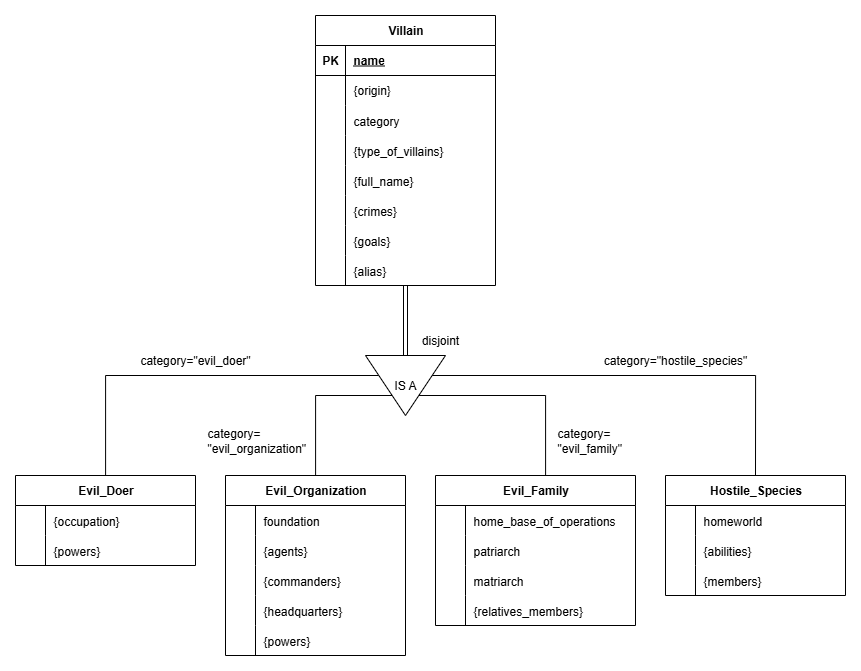
Above: Data Storing/design/Entity Relationship Diagram.png in wargabasdat/Seleksi-2025-Tugas-1 (draw.io), before the change. Source tidied: cells renumbered, new cells last; positions are measured from the earlier drawing's top-left corner, leaving out a move shared by most shapes. Source of this version:
```xml
<mxGraphModel>
  <root>
    <mxCell id="0" />
    <mxCell id="1" parent="0" />
    <mxCell id="2" value="Villain" style="shape=table;startSize=30;rowLines=0;fontStyle=1;align=center;html=1;" parent="1" vertex="1">
      <mxGeometry x="300" width="180" height="270" as="geometry" />
    </mxCell>
    <mxCell id="3" style="shape=tableRow;horizontal=0;startSize=0;swimlaneHead=0;swimlaneBody=0;fillColor=none;top=0;left=0;right=0;bottom=1;" parent="2" vertex="1">
      <mxGeometry y="30" width="180" height="30" as="geometry" />
    </mxCell>
    <mxCell id="4" value="PK" style="shape=partialRectangle;fillColor=none;top=0;left=0;bottom=0;right=0;fontStyle=1;overflow=hidden;whiteSpace=wrap;html=1;" parent="3" vertex="1">
      <mxGeometry width="30" height="30" as="geometry" />
    </mxCell>
    <mxCell id="5" value="name" style="shape=partialRectangle;fillColor=none;top=0;left=0;bottom=0;right=0;align=left;spacingLeft=6;fontStyle=5;overflow=hidden;whiteSpace=wrap;html=1;" parent="3" vertex="1">
      <mxGeometry x="30" width="150" height="30" as="geometry" />
    </mxCell>
    <mxCell id="6" style="shape=tableRow;horizontal=0;startSize=0;swimlaneHead=0;swimlaneBody=0;fillColor=none;top=0;left=0;right=0;bottom=0;" parent="2" vertex="1">
      <mxGeometry y="60" width="180" height="30" as="geometry" />
    </mxCell>
    <mxCell id="7" style="shape=partialRectangle;fillColor=none;top=0;left=0;bottom=0;right=0;overflow=hidden;whiteSpace=wrap;html=1;" parent="6" vertex="1">
      <mxGeometry width="30" height="30" as="geometry" />
    </mxCell>
    <mxCell id="8" value="{origin}" style="shape=partialRectangle;fillColor=none;top=0;left=0;bottom=0;right=0;align=left;spacingLeft=6;overflow=hidden;whiteSpace=wrap;html=1;" parent="6" vertex="1">
      <mxGeometry x="30" width="150" height="30" as="geometry" />
    </mxCell>
    <mxCell id="9" style="shape=tableRow;horizontal=0;startSize=0;swimlaneHead=0;swimlaneBody=0;fillColor=none;top=0;left=0;right=0;bottom=0;" parent="2" vertex="1">
      <mxGeometry y="90" width="180" height="30" as="geometry" />
    </mxCell>
    <mxCell id="10" style="shape=partialRectangle;fillColor=none;top=0;left=0;bottom=0;right=0;overflow=hidden;" parent="9" vertex="1">
      <mxGeometry width="30" height="30" as="geometry" />
    </mxCell>
    <mxCell id="11" value="category" style="shape=partialRectangle;fillColor=none;top=0;left=0;bottom=0;right=0;align=left;spacingLeft=6;overflow=hidden;" parent="9" vertex="1">
      <mxGeometry x="30" width="150" height="30" as="geometry" />
    </mxCell>
    <mxCell id="12" style="shape=tableRow;horizontal=0;startSize=0;swimlaneHead=0;swimlaneBody=0;fillColor=none;top=0;left=0;right=0;bottom=0;" parent="2" vertex="1">
      <mxGeometry y="120" width="180" height="30" as="geometry" />
    </mxCell>
    <mxCell id="13" style="shape=partialRectangle;fillColor=none;top=0;left=0;bottom=0;right=0;overflow=hidden;" parent="12" vertex="1">
      <mxGeometry width="30" height="30" as="geometry" />
    </mxCell>
    <mxCell id="14" value="{type_of_villains}" style="shape=partialRectangle;fillColor=none;top=0;left=0;bottom=0;right=0;align=left;spacingLeft=6;overflow=hidden;" parent="12" vertex="1">
      <mxGeometry x="30" width="150" height="30" as="geometry" />
    </mxCell>
    <mxCell id="15" style="shape=tableRow;horizontal=0;startSize=0;swimlaneHead=0;swimlaneBody=0;fillColor=none;top=0;left=0;right=0;bottom=0;" parent="2" vertex="1">
      <mxGeometry y="150" width="180" height="30" as="geometry" />
    </mxCell>
    <mxCell id="16" style="shape=partialRectangle;fillColor=none;top=0;left=0;bottom=0;right=0;overflow=hidden;" parent="15" vertex="1">
      <mxGeometry width="30" height="30" as="geometry" />
    </mxCell>
    <mxCell id="17" value="{full_name}" style="shape=partialRectangle;fillColor=none;top=0;left=0;bottom=0;right=0;align=left;spacingLeft=6;overflow=hidden;" parent="15" vertex="1">
      <mxGeometry x="30" width="150" height="30" as="geometry" />
    </mxCell>
    <mxCell id="18" style="shape=tableRow;horizontal=0;startSize=0;swimlaneHead=0;swimlaneBody=0;fillColor=none;top=0;left=0;right=0;bottom=0;" parent="2" vertex="1">
      <mxGeometry y="180" width="180" height="30" as="geometry" />
    </mxCell>
    <mxCell id="19" style="shape=partialRectangle;fillColor=none;top=0;left=0;bottom=0;right=0;overflow=hidden;" parent="18" vertex="1">
      <mxGeometry width="30" height="30" as="geometry" />
    </mxCell>
    <mxCell id="20" value="{crimes}" style="shape=partialRectangle;fillColor=none;top=0;left=0;bottom=0;right=0;align=left;spacingLeft=6;overflow=hidden;" parent="18" vertex="1">
      <mxGeometry x="30" width="150" height="30" as="geometry" />
    </mxCell>
    <mxCell id="21" style="shape=tableRow;horizontal=0;startSize=0;swimlaneHead=0;swimlaneBody=0;fillColor=none;top=0;left=0;right=0;bottom=0;" parent="2" vertex="1">
      <mxGeometry y="210" width="180" height="30" as="geometry" />
    </mxCell>
    <mxCell id="22" style="shape=partialRectangle;fillColor=none;top=0;left=0;bottom=0;right=0;overflow=hidden;" parent="21" vertex="1">
      <mxGeometry width="30" height="30" as="geometry" />
    </mxCell>
    <mxCell id="23" value="{goals}" style="shape=partialRectangle;fillColor=none;top=0;left=0;bottom=0;right=0;align=left;spacingLeft=6;overflow=hidden;" parent="21" vertex="1">
      <mxGeometry x="30" width="150" height="30" as="geometry" />
    </mxCell>
    <mxCell id="24" style="shape=tableRow;horizontal=0;startSize=0;swimlaneHead=0;swimlaneBody=0;fillColor=none;top=0;left=0;right=0;bottom=0;" parent="2" vertex="1">
      <mxGeometry y="240" width="180" height="30" as="geometry" />
    </mxCell>
    <mxCell id="25" style="shape=partialRectangle;fillColor=none;top=0;left=0;bottom=0;right=0;overflow=hidden;" parent="24" vertex="1">
      <mxGeometry width="30" height="30" as="geometry" />
    </mxCell>
    <mxCell id="26" value="{alias}" style="shape=partialRectangle;fillColor=none;top=0;left=0;bottom=0;right=0;align=left;spacingLeft=6;overflow=hidden;" parent="24" vertex="1">
      <mxGeometry x="30" width="150" height="30" as="geometry" />
    </mxCell>
    <mxCell id="27" value="Evil_Doer" style="shape=table;startSize=30;rowLines=0;fontStyle=1;align=center;html=1;" parent="1" vertex="1">
      <mxGeometry y="460" width="180" height="90" as="geometry" />
    </mxCell>
    <mxCell id="28" style="shape=tableRow;horizontal=0;startSize=0;swimlaneHead=0;swimlaneBody=0;fillColor=none;top=0;left=0;right=0;bottom=0;" parent="27" vertex="1">
      <mxGeometry y="30" width="180" height="30" as="geometry" />
    </mxCell>
    <mxCell id="29" style="shape=partialRectangle;fillColor=none;top=0;left=0;bottom=0;right=0;overflow=hidden;" parent="28" vertex="1">
      <mxGeometry width="30" height="30" as="geometry" />
    </mxCell>
    <mxCell id="30" value="{occupation}" style="shape=partialRectangle;fillColor=none;top=0;left=0;bottom=0;right=0;align=left;spacingLeft=6;overflow=hidden;" parent="28" vertex="1">
      <mxGeometry x="30" width="150" height="30" as="geometry" />
    </mxCell>
    <mxCell id="31" style="shape=tableRow;horizontal=0;startSize=0;swimlaneHead=0;swimlaneBody=0;fillColor=none;top=0;left=0;right=0;bottom=0;" parent="27" vertex="1">
      <mxGeometry y="60" width="180" height="30" as="geometry" />
    </mxCell>
    <mxCell id="32" style="shape=partialRectangle;fillColor=none;top=0;left=0;bottom=0;right=0;overflow=hidden;" parent="31" vertex="1">
      <mxGeometry width="30" height="30" as="geometry" />
    </mxCell>
    <mxCell id="33" value="{powers}" style="shape=partialRectangle;fillColor=none;top=0;left=0;bottom=0;right=0;align=left;spacingLeft=6;overflow=hidden;" parent="31" vertex="1">
      <mxGeometry x="30" width="150" height="30" as="geometry" />
    </mxCell>
    <mxCell id="34" value="Evil_Organization" style="shape=table;startSize=30;rowLines=0;fontStyle=1;align=center;html=1;" parent="1" vertex="1">
      <mxGeometry x="210" y="460" width="180" height="180" as="geometry" />
    </mxCell>
    <mxCell id="35" style="shape=tableRow;horizontal=0;startSize=0;swimlaneHead=0;swimlaneBody=0;fillColor=none;top=0;left=0;right=0;bottom=0;" parent="34" vertex="1">
      <mxGeometry y="30" width="180" height="30" as="geometry" />
    </mxCell>
    <mxCell id="36" style="shape=partialRectangle;fillColor=none;top=0;left=0;bottom=0;right=0;overflow=hidden;" parent="35" vertex="1">
      <mxGeometry width="30" height="30" as="geometry" />
    </mxCell>
    <mxCell id="37" value="foundation" style="shape=partialRectangle;fillColor=none;top=0;left=0;bottom=0;right=0;align=left;spacingLeft=6;overflow=hidden;" parent="35" vertex="1">
      <mxGeometry x="30" width="150" height="30" as="geometry" />
    </mxCell>
    <mxCell id="38" style="shape=tableRow;horizontal=0;startSize=0;swimlaneHead=0;swimlaneBody=0;fillColor=none;top=0;left=0;right=0;bottom=0;" parent="34" vertex="1">
      <mxGeometry y="60" width="180" height="30" as="geometry" />
    </mxCell>
    <mxCell id="39" style="shape=partialRectangle;fillColor=none;top=0;left=0;bottom=0;right=0;overflow=hidden;" parent="38" vertex="1">
      <mxGeometry width="30" height="30" as="geometry" />
    </mxCell>
    <mxCell id="40" value="{agents}" style="shape=partialRectangle;fillColor=none;top=0;left=0;bottom=0;right=0;align=left;spacingLeft=6;overflow=hidden;" parent="38" vertex="1">
      <mxGeometry x="30" width="150" height="30" as="geometry" />
    </mxCell>
    <mxCell id="41" style="shape=tableRow;horizontal=0;startSize=0;swimlaneHead=0;swimlaneBody=0;fillColor=none;top=0;left=0;right=0;bottom=0;" parent="34" vertex="1">
      <mxGeometry y="90" width="180" height="30" as="geometry" />
    </mxCell>
    <mxCell id="42" style="shape=partialRectangle;fillColor=none;top=0;left=0;bottom=0;right=0;overflow=hidden;" parent="41" vertex="1">
      <mxGeometry width="30" height="30" as="geometry" />
    </mxCell>
    <mxCell id="43" value="{commanders}" style="shape=partialRectangle;fillColor=none;top=0;left=0;bottom=0;right=0;align=left;spacingLeft=6;overflow=hidden;" parent="41" vertex="1">
      <mxGeometry x="30" width="150" height="30" as="geometry" />
    </mxCell>
    <mxCell id="44" style="shape=tableRow;horizontal=0;startSize=0;swimlaneHead=0;swimlaneBody=0;fillColor=none;top=0;left=0;right=0;bottom=0;" parent="34" vertex="1">
      <mxGeometry y="120" width="180" height="30" as="geometry" />
    </mxCell>
    <mxCell id="45" style="shape=partialRectangle;fillColor=none;top=0;left=0;bottom=0;right=0;overflow=hidden;" parent="44" vertex="1">
      <mxGeometry width="30" height="30" as="geometry" />
    </mxCell>
    <mxCell id="46" value="{headquarters}" style="shape=partialRectangle;fillColor=none;top=0;left=0;bottom=0;right=0;align=left;spacingLeft=6;overflow=hidden;" parent="44" vertex="1">
      <mxGeometry x="30" width="150" height="30" as="geometry" />
    </mxCell>
    <mxCell id="47" style="shape=tableRow;horizontal=0;startSize=0;swimlaneHead=0;swimlaneBody=0;fillColor=none;top=0;left=0;right=0;bottom=0;" parent="34" vertex="1">
      <mxGeometry y="150" width="180" height="30" as="geometry" />
    </mxCell>
    <mxCell id="48" style="shape=partialRectangle;fillColor=none;top=0;left=0;bottom=0;right=0;overflow=hidden;" parent="47" vertex="1">
      <mxGeometry width="30" height="30" as="geometry" />
    </mxCell>
    <mxCell id="49" value="{powers}" style="shape=partialRectangle;fillColor=none;top=0;left=0;bottom=0;right=0;align=left;spacingLeft=6;overflow=hidden;" parent="47" vertex="1">
      <mxGeometry x="30" width="150" height="30" as="geometry" />
    </mxCell>
    <mxCell id="50" value="Evil_Family" style="shape=table;startSize=30;rowLines=0;fontStyle=1;align=center;html=1;" parent="1" vertex="1">
      <mxGeometry x="420" y="460" width="200" height="150" as="geometry" />
    </mxCell>
    <mxCell id="51" style="shape=tableRow;horizontal=0;startSize=0;swimlaneHead=0;swimlaneBody=0;fillColor=none;top=0;left=0;right=0;bottom=0;" parent="50" vertex="1">
      <mxGeometry y="30" width="200" height="30" as="geometry" />
    </mxCell>
    <mxCell id="52" style="shape=partialRectangle;fillColor=none;top=0;left=0;bottom=0;right=0;overflow=hidden;" parent="51" vertex="1">
      <mxGeometry width="30" height="30" as="geometry" />
    </mxCell>
    <mxCell id="53" value="home_base_of_operations" style="shape=partialRectangle;fillColor=none;top=0;left=0;bottom=0;right=0;align=left;spacingLeft=6;overflow=hidden;" parent="51" vertex="1">
      <mxGeometry x="30" width="170" height="30" as="geometry" />
    </mxCell>
    <mxCell id="54" style="shape=tableRow;horizontal=0;startSize=0;swimlaneHead=0;swimlaneBody=0;fillColor=none;top=0;left=0;right=0;bottom=0;" parent="50" vertex="1">
      <mxGeometry y="60" width="200" height="30" as="geometry" />
    </mxCell>
    <mxCell id="55" style="shape=partialRectangle;fillColor=none;top=0;left=0;bottom=0;right=0;overflow=hidden;" parent="54" vertex="1">
      <mxGeometry width="30" height="30" as="geometry" />
    </mxCell>
    <mxCell id="56" value="patriarch" style="shape=partialRectangle;fillColor=none;top=0;left=0;bottom=0;right=0;align=left;spacingLeft=6;overflow=hidden;" parent="54" vertex="1">
      <mxGeometry x="30" width="170" height="30" as="geometry" />
    </mxCell>
    <mxCell id="57" style="shape=tableRow;horizontal=0;startSize=0;swimlaneHead=0;swimlaneBody=0;fillColor=none;top=0;left=0;right=0;bottom=0;" parent="50" vertex="1">
      <mxGeometry y="90" width="200" height="30" as="geometry" />
    </mxCell>
    <mxCell id="58" style="shape=partialRectangle;fillColor=none;top=0;left=0;bottom=0;right=0;overflow=hidden;" parent="57" vertex="1">
      <mxGeometry width="30" height="30" as="geometry" />
    </mxCell>
    <mxCell id="59" value="matriarch" style="shape=partialRectangle;fillColor=none;top=0;left=0;bottom=0;right=0;align=left;spacingLeft=6;overflow=hidden;" parent="57" vertex="1">
      <mxGeometry x="30" width="170" height="30" as="geometry" />
    </mxCell>
    <mxCell id="60" style="shape=tableRow;horizontal=0;startSize=0;swimlaneHead=0;swimlaneBody=0;fillColor=none;top=0;left=0;right=0;bottom=0;" parent="50" vertex="1">
      <mxGeometry y="120" width="200" height="30" as="geometry" />
    </mxCell>
    <mxCell id="61" style="shape=partialRectangle;fillColor=none;top=0;left=0;bottom=0;right=0;overflow=hidden;" parent="60" vertex="1">
      <mxGeometry width="30" height="30" as="geometry" />
    </mxCell>
    <mxCell id="62" value="{relatives_members}" style="shape=partialRectangle;fillColor=none;top=0;left=0;bottom=0;right=0;align=left;spacingLeft=6;overflow=hidden;" parent="60" vertex="1">
      <mxGeometry x="30" width="170" height="30" as="geometry" />
    </mxCell>
    <mxCell id="63" value="Hostile_Species" style="shape=table;startSize=30;rowLines=0;fontStyle=1;align=center;html=1;" parent="1" vertex="1">
      <mxGeometry x="650" y="460" width="180" height="120" as="geometry" />
    </mxCell>
    <mxCell id="64" style="shape=tableRow;horizontal=0;startSize=0;swimlaneHead=0;swimlaneBody=0;fillColor=none;top=0;left=0;right=0;bottom=0;" parent="63" vertex="1">
      <mxGeometry y="30" width="180" height="30" as="geometry" />
    </mxCell>
    <mxCell id="65" style="shape=partialRectangle;fillColor=none;top=0;left=0;bottom=0;right=0;overflow=hidden;" parent="64" vertex="1">
      <mxGeometry width="30" height="30" as="geometry" />
    </mxCell>
    <mxCell id="66" value="homeworld" style="shape=partialRectangle;fillColor=none;top=0;left=0;bottom=0;right=0;align=left;spacingLeft=6;overflow=hidden;" parent="64" vertex="1">
      <mxGeometry x="30" width="150" height="30" as="geometry" />
    </mxCell>
    <mxCell id="67" style="shape=tableRow;horizontal=0;startSize=0;swimlaneHead=0;swimlaneBody=0;fillColor=none;top=0;left=0;right=0;bottom=0;" parent="63" vertex="1">
      <mxGeometry y="60" width="180" height="30" as="geometry" />
    </mxCell>
    <mxCell id="68" style="shape=partialRectangle;fillColor=none;top=0;left=0;bottom=0;right=0;overflow=hidden;" parent="67" vertex="1">
      <mxGeometry width="30" height="30" as="geometry" />
    </mxCell>
    <mxCell id="69" value="{abilities}" style="shape=partialRectangle;fillColor=none;top=0;left=0;bottom=0;right=0;align=left;spacingLeft=6;overflow=hidden;" parent="67" vertex="1">
      <mxGeometry x="30" width="150" height="30" as="geometry" />
    </mxCell>
    <mxCell id="70" style="shape=tableRow;horizontal=0;startSize=0;swimlaneHead=0;swimlaneBody=0;fillColor=none;top=0;left=0;right=0;bottom=0;" parent="63" vertex="1">
      <mxGeometry y="90" width="180" height="30" as="geometry" />
    </mxCell>
    <mxCell id="71" style="shape=partialRectangle;fillColor=none;top=0;left=0;bottom=0;right=0;overflow=hidden;" parent="70" vertex="1">
      <mxGeometry width="30" height="30" as="geometry" />
    </mxCell>
    <mxCell id="72" value="{members}" style="shape=partialRectangle;fillColor=none;top=0;left=0;bottom=0;right=0;align=left;spacingLeft=6;overflow=hidden;" parent="70" vertex="1">
      <mxGeometry x="30" width="150" height="30" as="geometry" />
    </mxCell>
    <mxCell id="73" style="endArrow=none;html=1;rounded=0;shape=link;" parent="1" edge="1" source="2" target="76">
      <mxGeometry relative="1" as="geometry" />
    </mxCell>
    <mxCell id="74" value="disjoint" style="text;html=1;align=center;verticalAlign=middle;whiteSpace=wrap;rounded=0;" parent="1" vertex="1">
      <mxGeometry x="395" y="310" width="60" height="30" as="geometry" />
    </mxCell>
    <mxCell id="75" style="endArrow=none;html=1;rounded=0;edgeStyle=orthogonalEdgeStyle;" parent="1" edge="1" source="76" target="27">
      <mxGeometry relative="1" as="geometry">
        <Array as="points">
          <mxPoint x="90" y="360" />
        </Array>
      </mxGeometry>
    </mxCell>
    <mxCell id="76" value="IS A" style="triangle;whiteSpace=wrap;html=1;direction=south;" parent="1" vertex="1">
      <mxGeometry x="350" y="340" width="80" height="60" as="geometry" />
    </mxCell>
    <mxCell id="77" style="endArrow=none;html=1;rounded=0;edgeStyle=orthogonalEdgeStyle;" parent="1" edge="1" source="76" target="34">
      <mxGeometry relative="1" as="geometry">
        <Array as="points">
          <mxPoint x="300" y="380" />
        </Array>
      </mxGeometry>
    </mxCell>
    <mxCell id="78" style="endArrow=none;html=1;rounded=0;edgeStyle=orthogonalEdgeStyle;" parent="1" edge="1" source="76" target="50">
      <mxGeometry relative="1" as="geometry">
        <Array as="points">
          <mxPoint x="530" y="380" />
        </Array>
      </mxGeometry>
    </mxCell>
    <mxCell id="79" style="endArrow=none;html=1;rounded=0;edgeStyle=orthogonalEdgeStyle;entryX=0.5;entryY=0;entryDx=0;entryDy=0;" parent="1" edge="1" source="76" target="63">
      <mxGeometry relative="1" as="geometry">
        <Array as="points">
          <mxPoint x="740" y="360" />
        </Array>
      </mxGeometry>
    </mxCell>
    <mxCell id="80" value="category=&quot;evil_doer&quot;" style="text;html=1;align=center;verticalAlign=middle;whiteSpace=wrap;rounded=0;" parent="1" vertex="1">
      <mxGeometry x="150" y="330" width="60" height="30" as="geometry" />
    </mxCell>
    <mxCell id="81" value="category=&lt;div&gt;&quot;evil_organization&quot;&lt;/div&gt;" style="text;html=1;align=left;verticalAlign=middle;whiteSpace=wrap;rounded=0;" parent="1" vertex="1">
      <mxGeometry x="190" y="410" width="60" height="30" as="geometry" />
    </mxCell>
    <mxCell id="82" value="category=&lt;div&gt;&quot;evil_family&quot;&lt;/div&gt;" style="text;html=1;align=left;verticalAlign=middle;whiteSpace=wrap;rounded=0;" parent="1" vertex="1">
      <mxGeometry x="540" y="410" width="60" height="30" as="geometry" />
    </mxCell>
    <mxCell id="83" value="category=&quot;hostile_species&quot;" style="text;html=1;align=center;verticalAlign=middle;whiteSpace=wrap;rounded=0;" parent="1" vertex="1">
      <mxGeometry x="630" y="330" width="60" height="30" as="geometry" />
    </mxCell>
  </root>
</mxGraphModel>
```
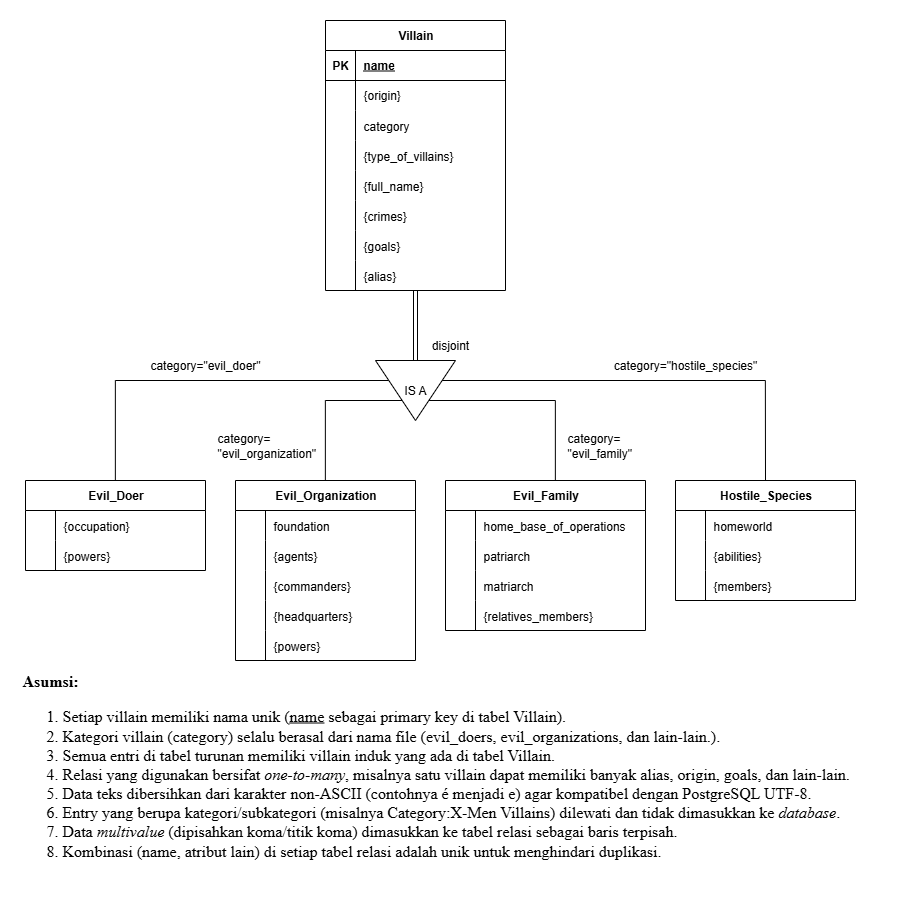
After the change.

Change to the diagram source:
```diff
@@ -264,5 +264,8 @@
     <mxCell id="83" value="category=&quot;hostile_species&quot;" style="text;html=1;align=center;verticalAlign=middle;whiteSpace=wrap;rounded=0;" parent="1" vertex="1">
       <mxGeometry x="630" y="330" width="60" height="30" as="geometry" />
     </mxCell>
+    <mxCell id="84" value="&lt;b&gt;&lt;font&gt;Asumsi:&lt;/font&gt;&lt;/b&gt;&lt;div&gt;&lt;ol&gt;&lt;li&gt;&lt;span style=&quot;background-color: transparent; color: light-dark(rgb(0, 0, 0), rgb(255, 255, 255));&quot;&gt;Setiap villain memiliki nama unik (&lt;u&gt;name&lt;/u&gt;&amp;nbsp;sebagai primary key di tabel Villain).&lt;/span&gt;&lt;/li&gt;&lt;li&gt;Kategori villain (category) selalu berasal dari nama file (evil_doers, evil_organizations, dan lain-lain.).&lt;/li&gt;&lt;li&gt;Semua entri di tabel turunan memiliki villain induk yang ada di tabel Villain.&lt;/li&gt;&lt;li&gt;Relasi yang digunakan bersifat &lt;i&gt;one-to-many&lt;/i&gt;, misalnya satu villain dapat memiliki banyak alias, origin, goals, dan lain-lain.&lt;/li&gt;&lt;li&gt;Data teks dibersihkan dari karakter non-ASCII (contohnya é menjadi e) agar kompatibel dengan PostgreSQL UTF-8.&lt;/li&gt;&lt;li&gt;&lt;span style=&quot;background-color: transparent; color: light-dark(rgb(0, 0, 0), rgb(255, 255, 255));&quot;&gt;Entry yang berupa kategori/subkategori (misalnya Category:X-Men Villains) dilewati dan tidak dimasukkan ke &lt;i&gt;database&lt;/i&gt;.&lt;/span&gt;&lt;/li&gt;&lt;li&gt;&lt;span style=&quot;background-color: transparent; color: light-dark(rgb(0, 0, 0), rgb(255, 255, 255));&quot;&gt;Data &lt;i&gt;multivalue &lt;/i&gt;(dipisahkan koma/titik koma) dimasukkan ke tabel relasi sebagai baris terpisah.&lt;/span&gt;&lt;/li&gt;&lt;li&gt;&lt;span style=&quot;background-color: transparent; color: light-dark(rgb(0, 0, 0), rgb(255, 255, 255));&quot;&gt;Kombinasi (name, atribut lain) di setiap tabel relasi adalah unik untuk menghindari duplikasi.&lt;/span&gt;&lt;/li&gt;&lt;/ol&gt;&lt;/div&gt;" style="text;html=1;align=left;verticalAlign=middle;whiteSpace=wrap;rounded=0;fontFamily=Times New Roman;fontSize=16;horizontal=1;" parent="1" vertex="1">
+      <mxGeometry x="-5" y="660" width="860" height="187" as="geometry" />
+    </mxCell>
   </root>
 </mxGraphModel>
```
